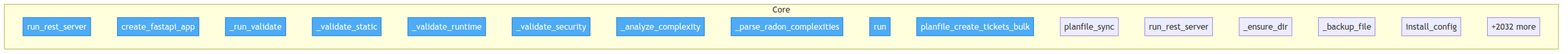
The Mermaid diagram project/flow.png in semcod/algitex, before a commit. Its source is kept beside it as project/flow.mmd.
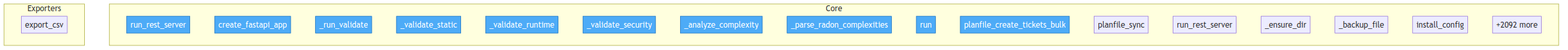
After the commit.

Diff of the diagram source:
```diff
@@ -18,7 +18,11 @@
         N___algitex__backups__batch_20260328_142940__src__algitex__tools__config__ConfigManager___ensure_dir["_ensure_dir"]
         N___algitex__backups__batch_20260328_142940__src__algitex__tools__config__ConfigManager___backup_file["_backup_file"]
         N___algitex__backups__batch_20260328_142940__src__algitex__tools__config__ConfigManager__install_config["install_config"]
-        ...["+2032 more"]
+        ...["+2092 more"]
+    end
+
+    subgraph Exporters
+        src__algitex__metrics__MetricsReporter__export_csv["export_csv"]
     end
 
     class N___algitex__backups__batch_20260328_142940__docker__aider_mcp__aider_mcp_server__run_rest_server,N___algitex__backups__batch_20260328_142940__docker__vallm__vallm_server__VallmServer__create_fastapi_app,N___algitex__backups__batch_20260328_142940__docker__vallm__vallm_server__VallmServer___run_validate,N___algitex__backups__batch_20260328_142940__docker__vallm__vallm_server__VallmServer___validate_static,N___algitex__backups__batch_20260328_142940__docker__vallm__vallm_server__VallmServer___validate_runtime,N___algitex__backups__batch_20260328_142940__docker__vallm__vallm_server__VallmServer___validate_security,N___algitex__backups__batch_20260328_142940__docker__vallm__vallm_server__VallmServer___analyze_complexity,N___algitex__backups__batch_20260328_142940__docker__vallm__vallm_server__VallmServer___parse_radon_complexities,N___algitex__backups__batch_20260328_142940__docker__vallm__vallm_server__VallmServer__run,N___algitex__backups__batch_20260328_142940__docker__planfile_mcp__planfile_mcp_server__planfile_create_tickets_bulk entry
```
